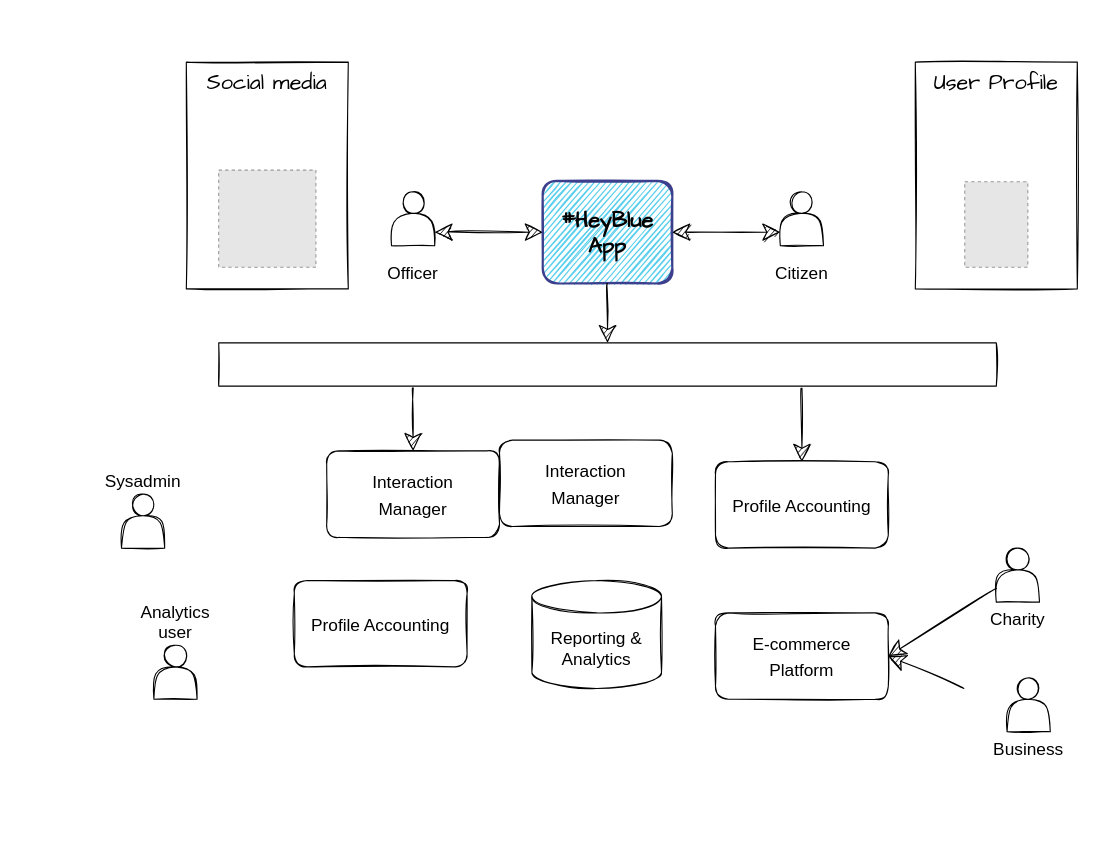
This is Vision and Context/context and vision.drawio from ITDependsQ42022/Hey-Blue, a draw.io file, before an edit. Source tidied: cells renumbered, new cells numbered last; positions are measured from the earlier drawing's top-left corner, leaving out a move shared by most shapes. Both pictures are drawn from the tidied source at 108%, with x=0, y=0 at pixel (121, 62). Pictures stored in the file or linked from it are replaced by grey dashed boxes.
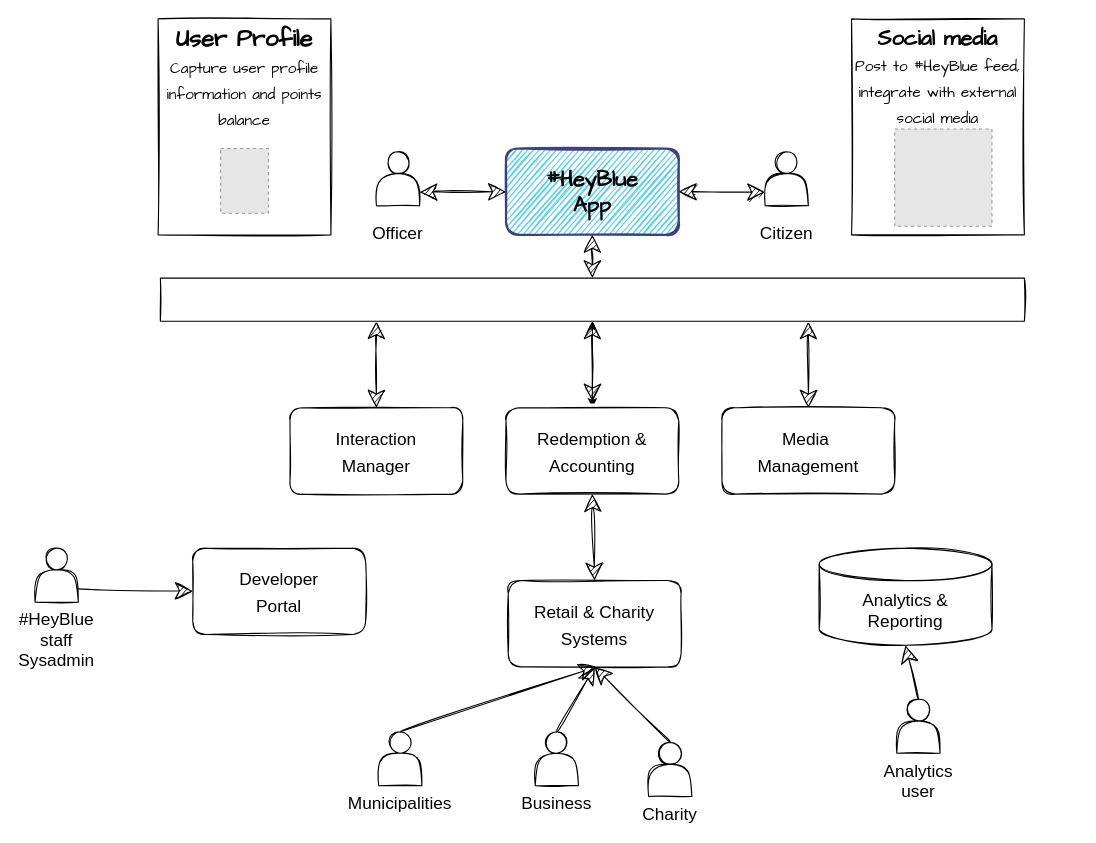
Above is the later version.

Commit message (it also covers changes not shown here):
Updating vision, minor tweaks to align

The edit, as a diff of the source:
```diff
@@
     <mxCell id="2" value="Charity" style="shape=actor;whiteSpace=wrap;html=1;fontSize=16;sketch=1;labelPosition=center;verticalLabelPosition=bottom;align=center;verticalAlign=top;" parent="1" vertex="1">
-      <mxGeometry x="810" y="450" width="40" height="50" as="geometry" />
+      <mxGeometry x="488.1" y="630" width="40" height="50" as="geometry" />
     </mxCell>
     <mxCell id="3" value="Business" style="shape=actor;whiteSpace=wrap;html=1;fontSize=16;sketch=1;labelPosition=center;verticalLabelPosition=bottom;align=center;verticalAlign=top;" parent="1" vertex="1">
-      <mxGeometry x="820" y="570" width="40" height="50" as="geometry" />
+      <mxGeometry x="383.1" y="620" width="40" height="50" as="geometry" />
     </mxCell>
     <mxCell id="4" value="#HeyBlue&lt;br&gt;App" style="rounded=1;whiteSpace=wrap;html=1;sketch=1;hachureGap=4;fontFamily=Architects Daughter;fontSize=20;fillStyle=hachure;fillColor=#5ACFED;strokeWidth=2;strokeColor=#3B3F8C;fontStyle=1;verticalAlign=middle;" parent="1" vertex="1">
-      <mxGeometry x="390" y="110" width="120" height="95" as="geometry" />
+      <mxGeometry x="356" y="80" width="160" height="80" as="geometry" />
     </mxCell>
     <mxCell id="5" value="&lt;font face=&quot;Helvetica&quot;&gt;&lt;span style=&quot;font-size: 16px;&quot;&gt;Interaction&lt;br&gt;Manager&lt;br&gt;&lt;/span&gt;&lt;/font&gt;" style="rounded=1;whiteSpace=wrap;html=1;sketch=1;hachureGap=4;fontFamily=Architects Daughter;fontSize=20;" parent="1" vertex="1">
-      <mxGeometry x="190" y="360" width="160" height="80" as="geometry" />
+      <mxGeometry x="156" y="320" width="160" height="80" as="geometry" />
     </mxCell>
-    <mxCell id="6" value="&lt;span style=&quot;font-family: Helvetica; font-size: 16px;&quot;&gt;E-commerce&lt;/span&gt;&lt;br style=&quot;font-family: Helvetica; font-size: 16px;&quot;&gt;&lt;span style=&quot;font-family: Helvetica; font-size: 16px;&quot;&gt;Platform&lt;/span&gt;" style="rounded=1;whiteSpace=wrap;html=1;sketch=1;hachureGap=4;fontFamily=Architects Daughter;fontSize=20;shadow=0;fillStyle=auto;" parent="1" vertex="1">
-      <mxGeometry x="550" y="510" width="160" height="80" as="geometry" />
+    <mxCell id="6" value="&lt;font face=&quot;Helvetica&quot;&gt;&lt;span style=&quot;font-size: 16px;&quot;&gt;Retail &amp;amp; Charity&lt;br&gt;Systems&lt;/span&gt;&lt;/font&gt;" style="rounded=1;whiteSpace=wrap;html=1;sketch=1;hachureGap=4;fontFamily=Architects Daughter;fontSize=20;shadow=0;fillStyle=auto;" parent="1" vertex="1">
+      <mxGeometry x="358.1" y="480" width="160" height="80" as="geometry" />
     </mxCell>
-    <mxCell id="7" style="endArrow=classic;html=1;rounded=0;sketch=1;hachureGap=4;fontFamily=Architects Daughter;fontSize=16;startSize=14;endSize=14;sourcePerimeterSpacing=8;targetPerimeterSpacing=8;curved=1;exitX=0.25;exitY=1;exitDx=0;exitDy=0;entryX=0.5;entryY=0;entryDx=0;entryDy=0;" parent="1" edge="1" source="17" target="5">
+    <mxCell id="7" style="endArrow=classic;html=1;rounded=0;sketch=1;hachureGap=4;fontFamily=Architects Daughter;fontSize=16;startSize=14;endSize=14;sourcePerimeterSpacing=8;targetPerimeterSpacing=8;curved=1;entryX=0.5;entryY=0;entryDx=0;entryDy=0;exitX=0.25;exitY=1;exitDx=0;exitDy=0;startArrow=classic;startFill=1;" parent="1" edge="1" source="17" target="5">
       <mxGeometry relative="1" as="geometry" />
     </mxCell>
-    <mxCell id="8" style="endArrow=classic;html=1;rounded=0;sketch=1;hachureGap=4;fontFamily=Architects Daughter;fontSize=16;startSize=14;endSize=14;targetPerimeterSpacing=8;curved=1;exitX=0.75;exitY=1;exitDx=0;exitDy=0;startArrow=none;entryX=0.5;entryY=0;entryDx=0;entryDy=0;" parent="1" edge="1" source="17" target="23">
+    <mxCell id="8" style="endArrow=classic;html=1;rounded=0;sketch=1;hachureGap=4;fontFamily=Architects Daughter;fontSize=16;startSize=14;endSize=14;targetPerimeterSpacing=8;curved=1;startArrow=classic;entryX=0.5;entryY=0;entryDx=0;entryDy=0;exitX=0.75;exitY=1;exitDx=0;exitDy=0;startFill=1;" parent="1" edge="1" source="17" target="23">
       <mxGeometry relative="1" as="geometry" />
     </mxCell>
     <mxCell id="9" value="Officer" style="shape=actor;whiteSpace=wrap;html=1;fontSize=16;sketch=1;labelPosition=center;verticalLabelPosition=bottom;align=center;verticalAlign=middle;" parent="1" vertex="1">
-      <mxGeometry x="250" y="120" width="40" height="50" as="geometry" />
+      <mxGeometry x="236" y="83" width="40" height="50" as="geometry" />
     </mxCell>
     <mxCell id="10" value="Citizen" style="shape=actor;whiteSpace=wrap;html=1;fontSize=16;sketch=1;labelPosition=center;verticalLabelPosition=bottom;align=center;verticalAlign=middle;" parent="1" vertex="1">
-      <mxGeometry x="610" y="120" width="40" height="50" as="geometry" />
+      <mxGeometry x="596" y="83" width="40" height="50" as="geometry" />
     </mxCell>
-    <mxCell id="11" value="Sysadmin" style="shape=actor;whiteSpace=wrap;html=1;fontSize=16;sketch=1;labelPosition=center;verticalLabelPosition=top;align=center;verticalAlign=bottom;" parent="1" vertex="1">
-      <mxGeometry y="400" width="40" height="50" as="geometry" />
+    <mxCell id="11" value="#HeyBlue staff&lt;br&gt;Sysadmin" style="shape=actor;whiteSpace=wrap;html=1;fontSize=16;sketch=1;labelPosition=center;verticalLabelPosition=bottom;align=center;verticalAlign=top;" parent="1" vertex="1">
+      <mxGeometry x="-80" y="450" width="40" height="50" as="geometry" />
     </mxCell>
-    <mxCell id="12" value="Analytics user" style="shape=actor;whiteSpace=wrap;html=1;fontSize=16;sketch=1;labelPosition=center;verticalLabelPosition=top;align=center;verticalAlign=bottom;" parent="1" vertex="1">
-      <mxGeometry x="30" y="540" width="40" height="50" as="geometry" />
+    <mxCell id="12" value="Analytics user" style="shape=actor;whiteSpace=wrap;html=1;fontSize=16;sketch=1;labelPosition=center;verticalLabelPosition=bottom;align=center;verticalAlign=top;" parent="1" vertex="1">
+      <mxGeometry x="717.9" y="590" width="40" height="50" as="geometry" />
     </mxCell>
@@
-    <mxCell id="14" style="endArrow=classic;startArrow=classic;html=1;rounded=0;sketch=1;hachureGap=4;fontFamily=Architects Daughter;fontSize=16;startSize=14;endSize=14;sourcePerimeterSpacing=8;targetPerimeterSpacing=8;curved=1;exitX=1;exitY=0.5;exitDx=0;exitDy=0;entryX=0;entryY=0.75;entryDx=0;entryDy=0;" parent="1" edge="1" source="4" target="10">
-      <mxGeometry relative="1" as="geometry" />
+    <mxCell id="14" style="endArrow=classic;startArrow=classic;html=1;rounded=0;sketch=1;hachureGap=4;fontFamily=Architects Daughter;fontSize=16;startSize=14;endSize=14;sourcePerimeterSpacing=8;targetPerimeterSpacing=8;curved=1;entryX=0;entryY=0.75;entryDx=0;entryDy=0;" parent="1" edge="1" target="10">
+      <mxGeometry relative="1" as="geometry">
+        <mxPoint x="516" y="120" as="sourcePoint" />
+      </mxGeometry>
     </mxCell>
-    <mxCell id="15" style="endArrow=classic;html=1;rounded=0;sketch=1;hachureGap=4;fontFamily=Architects Daughter;fontSize=16;startSize=14;endSize=14;sourcePerimeterSpacing=8;targetPerimeterSpacing=8;curved=1;exitX=0;exitY=0.75;exitDx=0;exitDy=0;entryX=1;entryY=0.5;entryDx=0;entryDy=0;" parent="1" edge="1" source="2" target="6">
+    <mxCell id="15" style="endArrow=classic;html=1;rounded=0;sketch=1;hachureGap=4;fontFamily=Architects Daughter;fontSize=16;startSize=14;endSize=14;sourcePerimeterSpacing=8;targetPerimeterSpacing=8;curved=1;exitX=0.5;exitY=0;exitDx=0;exitDy=0;entryX=0.5;entryY=1;entryDx=0;entryDy=0;" parent="1" edge="1" source="2" target="6">
       <mxGeometry relative="1" as="geometry" />
     </mxCell>
-    <mxCell id="16" style="endArrow=classic;html=1;rounded=0;sketch=1;hachureGap=4;fontFamily=Architects Daughter;fontSize=16;startSize=14;endSize=14;sourcePerimeterSpacing=8;targetPerimeterSpacing=8;curved=1;entryX=1;entryY=0.5;entryDx=0;entryDy=0;" parent="1" edge="1" target="6">
-      <mxGeometry relative="1" as="geometry">
-        <mxPoint x="780" y="580" as="sourcePoint" />
-      </mxGeometry>
-    </mxCell>
+    <mxCell id="27" style="edgeStyle=orthogonalEdgeStyle;rounded=0;jettySize=auto;html=1;fontSize=22;startArrow=classic;startFill=1;" parent="1" edge="1" source="17" target="26">
+      <mxGeometry relative="1" as="geometry" />
+    </mxCell>
     <mxCell id="17" style="rounded=0;whiteSpace=wrap;html=1;shadow=0;sketch=1;" parent="1" vertex="1">
-      <mxGeometry x="90" y="260" width="720" height="40" as="geometry" />
+      <mxGeometry x="36" y="200" width="800" height="40" as="geometry" />
     </mxCell>
-    <mxCell id="18" style="endArrow=classic;html=1;rounded=0;sketch=1;hachureGap=4;fontFamily=Architects Daughter;fontSize=16;startSize=14;endSize=14;targetPerimeterSpacing=8;curved=1;exitX=0.5;exitY=1;exitDx=0;exitDy=0;entryX=0.5;entryY=0;entryDx=0;entryDy=0;startArrow=none;" parent="1" edge="1" source="4" target="17">
+    <mxCell id="18" style="endArrow=classic;html=1;rounded=0;sketch=1;hachureGap=4;fontFamily=Architects Daughter;fontSize=16;startSize=14;endSize=14;targetPerimeterSpacing=8;curved=1;exitX=0.5;exitY=1;exitDx=0;exitDy=0;entryX=0.5;entryY=0;entryDx=0;entryDy=0;startArrow=classic;startFill=1;" parent="1" edge="1" source="4" target="17">
       <mxGeometry relative="1" as="geometry" />
     </mxCell>
-    <mxCell id="19" value="&lt;font style=&quot;font-size: 20px;&quot;&gt;Social media&lt;/font&gt;" style="rounded=0;whiteSpace=wrap;html=1;shadow=0;sketch=1;align=center;verticalAlign=top;fontFamily=Architects Daughter;fontSize=20;" parent="1" vertex="1">
-      <mxGeometry x="60" width="150" height="210" as="geometry" />
+    <mxCell id="19" value="&lt;font style=&quot;&quot;&gt;&lt;b style=&quot;&quot;&gt;&lt;font style=&quot;font-size: 20px;&quot;&gt;Social media&lt;/font&gt;&lt;/b&gt;&lt;br&gt;&lt;span style=&quot;font-size: 14px;&quot;&gt;Post to #HeyBlue feed, integrate with external social media&lt;/span&gt;&lt;br&gt;&lt;/font&gt;" style="rounded=0;whiteSpace=wrap;html=1;shadow=0;sketch=1;align=center;verticalAlign=top;fontFamily=Architects Daughter;fontSize=20;" parent="1" vertex="1">
+      <mxGeometry x="676" y="-40" width="160" height="200" as="geometry" />
     </mxCell>
-    <mxCell id="20" value="&lt;font style=&quot;font-size: 20px;&quot;&gt;User Profile&lt;br&gt;&lt;br&gt;&lt;br&gt;&lt;/font&gt;" style="rounded=0;whiteSpace=wrap;html=1;shadow=0;sketch=1;align=center;verticalAlign=top;fontFamily=Architects Daughter;fontSize=20;" parent="1" vertex="1">
-      <mxGeometry x="735" width="150" height="210" as="geometry" />
+    <mxCell id="20" value="&lt;font style=&quot;&quot;&gt;&lt;b style=&quot;&quot;&gt;&lt;font style=&quot;font-size: 22px;&quot;&gt;User Profile&lt;/font&gt;&lt;br&gt;&lt;/b&gt;&lt;span style=&quot;font-size: 14px;&quot;&gt;Capture user profile information and points balance&lt;/span&gt;&lt;br&gt;&lt;br&gt;&lt;br&gt;&lt;/font&gt;" style="rounded=0;whiteSpace=wrap;html=1;shadow=0;sketch=1;align=center;verticalAlign=top;fontFamily=Architects Daughter;fontSize=20;" parent="1" vertex="1">
+      <mxGeometry x="33.9" y="-40" width="160" height="200" as="geometry" />
     </mxCell>
     <mxCell id="21" style="fillColor=#E6E6E6;strokeColor=#999999;dashed=1;verticalLabelPosition=bottom;labelBackgroundColor=default;verticalAlign=top;" parent="1" vertex="1">
-      <mxGeometry x="780.8" y="110.8" width="58.4" height="79.2" as="geometry" />
+      <mxGeometry x="91.8" y="80" width="44.3" height="60" as="geometry" />
     </mxCell>
     <mxCell id="22" style="fillColor=#E6E6E6;strokeColor=#999999;dashed=1;verticalLabelPosition=bottom;labelBackgroundColor=default;verticalAlign=top;" parent="1" vertex="1">
-      <mxGeometry x="90" y="100" width="90" height="90" as="geometry" />
+      <mxGeometry x="716" y="62" width="90" height="90" as="geometry" />
     </mxCell>
-    <mxCell id="23" value="&lt;font face=&quot;Helvetica&quot;&gt;&lt;span style=&quot;font-size: 16px;&quot;&gt;Profile Accounting&lt;/span&gt;&lt;/font&gt;" style="rounded=1;whiteSpace=wrap;html=1;sketch=1;hachureGap=4;fontFamily=Architects Daughter;fontSize=20;shadow=0;fillStyle=auto;" parent="1" vertex="1">
-      <mxGeometry x="550" y="370" width="160" height="80" as="geometry" />
+    <mxCell id="23" value="&lt;font face=&quot;Helvetica&quot;&gt;&lt;span style=&quot;font-size: 16px;&quot;&gt;Media&amp;nbsp;&lt;br&gt;Management&lt;br&gt;&lt;/span&gt;&lt;/font&gt;" style="rounded=1;whiteSpace=wrap;html=1;sketch=1;hachureGap=4;fontFamily=Architects Daughter;fontSize=20;shadow=0;fillStyle=auto;" parent="1" vertex="1">
+      <mxGeometry x="556" y="320" width="160" height="80" as="geometry" />
     </mxCell>
-    <mxCell id="24" value="Reporting &amp;amp; Analytics" style="shape=cylinder3;whiteSpace=wrap;html=1;boundedLbl=1;backgroundOutline=1;size=15;shadow=0;sketch=1;fontFamily=Helvetica;fontSize=16;" parent="1" vertex="1">
-      <mxGeometry x="380" y="480" width="120" height="100" as="geometry" />
+    <mxCell id="24" value="Analytics &amp;amp;&lt;br&gt;Reporting" style="shape=cylinder3;whiteSpace=wrap;html=1;boundedLbl=1;backgroundOutline=1;size=15;shadow=0;sketch=1;fontFamily=Helvetica;fontSize=16;" parent="1" vertex="1">
+      <mxGeometry x="646" y="450" width="160" height="90" as="geometry" />
     </mxCell>
-    <mxCell id="25" value="&lt;font face=&quot;Helvetica&quot;&gt;&lt;span style=&quot;font-size: 16px;&quot;&gt;Profile Accounting&lt;/span&gt;&lt;/font&gt;" style="rounded=1;whiteSpace=wrap;html=1;sketch=1;hachureGap=4;fontFamily=Architects Daughter;fontSize=20;shadow=0;fillStyle=auto;" parent="1" vertex="1">
-      <mxGeometry x="160" y="480" width="160" height="80" as="geometry" />
-    </mxCell>
-    <mxCell id="26" value="&lt;font face=&quot;Helvetica&quot;&gt;&lt;span style=&quot;font-size: 16px;&quot;&gt;Interaction&lt;br&gt;Manager&lt;br&gt;&lt;/span&gt;&lt;/font&gt;" style="rounded=1;whiteSpace=wrap;html=1;sketch=1;hachureGap=4;fontFamily=Architects Daughter;fontSize=20;" parent="1" vertex="1">
-      <mxGeometry x="350" y="350" width="160" height="80" as="geometry" />
+    <mxCell id="26" value="&lt;font face=&quot;Helvetica&quot;&gt;&lt;span style=&quot;font-size: 16px;&quot;&gt;Redemption &amp;amp;&lt;br&gt;Accounting&lt;br&gt;&lt;/span&gt;&lt;/font&gt;" style="rounded=1;whiteSpace=wrap;html=1;sketch=1;hachureGap=4;fontFamily=Architects Daughter;fontSize=20;" parent="1" vertex="1">
+      <mxGeometry x="356" y="320" width="160" height="80" as="geometry" />
     </mxCell>
+    <mxCell id="28" style="endArrow=classic;html=1;rounded=0;sketch=1;hachureGap=4;fontFamily=Architects Daughter;fontSize=16;startSize=14;endSize=14;sourcePerimeterSpacing=8;targetPerimeterSpacing=8;curved=1;entryX=0.5;entryY=-0.071;entryDx=0;entryDy=0;entryPerimeter=0;startArrow=classic;startFill=1;" parent="1" edge="1" target="26">
+      <mxGeometry relative="1" as="geometry">
+        <mxPoint x="436" y="240" as="sourcePoint" />
+      </mxGeometry>
+    </mxCell>
+    <mxCell id="29" style="endArrow=classic;html=1;rounded=0;sketch=1;hachureGap=4;fontFamily=Architects Daughter;fontSize=16;startSize=14;endSize=14;sourcePerimeterSpacing=8;targetPerimeterSpacing=8;curved=1;exitX=0.5;exitY=0;exitDx=0;exitDy=0;" parent="1" edge="1" source="3">
+      <mxGeometry relative="1" as="geometry">
+        <mxPoint x="438.1" y="560" as="targetPoint" />
+      </mxGeometry>
+    </mxCell>
+    <mxCell id="30" value="Municipalities&lt;br&gt;" style="shape=actor;whiteSpace=wrap;html=1;fontSize=16;sketch=1;labelPosition=center;verticalLabelPosition=bottom;align=center;verticalAlign=top;horizontal=1;" parent="1" vertex="1">
+      <mxGeometry x="238.1" y="620" width="40" height="50" as="geometry" />
+    </mxCell>
+    <mxCell id="31" style="endArrow=classic;html=1;rounded=0;sketch=1;hachureGap=4;fontFamily=Architects Daughter;fontSize=16;startSize=14;endSize=14;sourcePerimeterSpacing=8;targetPerimeterSpacing=8;curved=1;entryX=0.5;entryY=0;entryDx=0;entryDy=0;startArrow=classic;startFill=1;exitX=0.5;exitY=1;exitDx=0;exitDy=0;" parent="1" edge="1" source="26" target="6">
+      <mxGeometry relative="1" as="geometry" />
+    </mxCell>
+    <mxCell id="32" style="endArrow=classic;html=1;rounded=0;sketch=1;hachureGap=4;fontFamily=Architects Daughter;fontSize=16;startSize=14;endSize=14;sourcePerimeterSpacing=8;targetPerimeterSpacing=8;curved=1;exitX=0.5;exitY=0;exitDx=0;exitDy=0;entryX=0.5;entryY=1;entryDx=0;entryDy=0;entryPerimeter=0;" parent="1" edge="1" source="12" target="24">
+      <mxGeometry relative="1" as="geometry" />
+    </mxCell>
+    <mxCell id="33" value="&lt;font face=&quot;Helvetica&quot;&gt;&lt;span style=&quot;font-size: 16px;&quot;&gt;Developer&lt;br&gt;Portal&lt;br&gt;&lt;/span&gt;&lt;/font&gt;" style="rounded=1;whiteSpace=wrap;html=1;sketch=1;hachureGap=4;fontFamily=Architects Daughter;fontSize=20;" parent="1" vertex="1">
+      <mxGeometry x="66" y="450" width="160" height="80" as="geometry" />
+    </mxCell>
+    <mxCell id="34" style="endArrow=classic;html=1;rounded=0;sketch=1;hachureGap=4;fontFamily=Architects Daughter;fontSize=16;startSize=14;endSize=14;sourcePerimeterSpacing=8;targetPerimeterSpacing=8;curved=1;exitX=1;exitY=0.75;exitDx=0;exitDy=0;entryX=0;entryY=0.5;entryDx=0;entryDy=0;" parent="1" edge="1" source="11" target="33">
+      <mxGeometry relative="1" as="geometry" />
+    </mxCell>
+    <mxCell id="35" style="endArrow=classic;html=1;rounded=0;sketch=1;hachureGap=4;fontFamily=Architects Daughter;fontSize=16;startSize=14;endSize=14;sourcePerimeterSpacing=8;targetPerimeterSpacing=8;curved=1;exitX=0.5;exitY=0;exitDx=0;exitDy=0;" parent="1" edge="1" source="30">
+      <mxGeometry relative="1" as="geometry">
+        <mxPoint x="440" y="560" as="targetPoint" />
+      </mxGeometry>
+    </mxCell>
```
